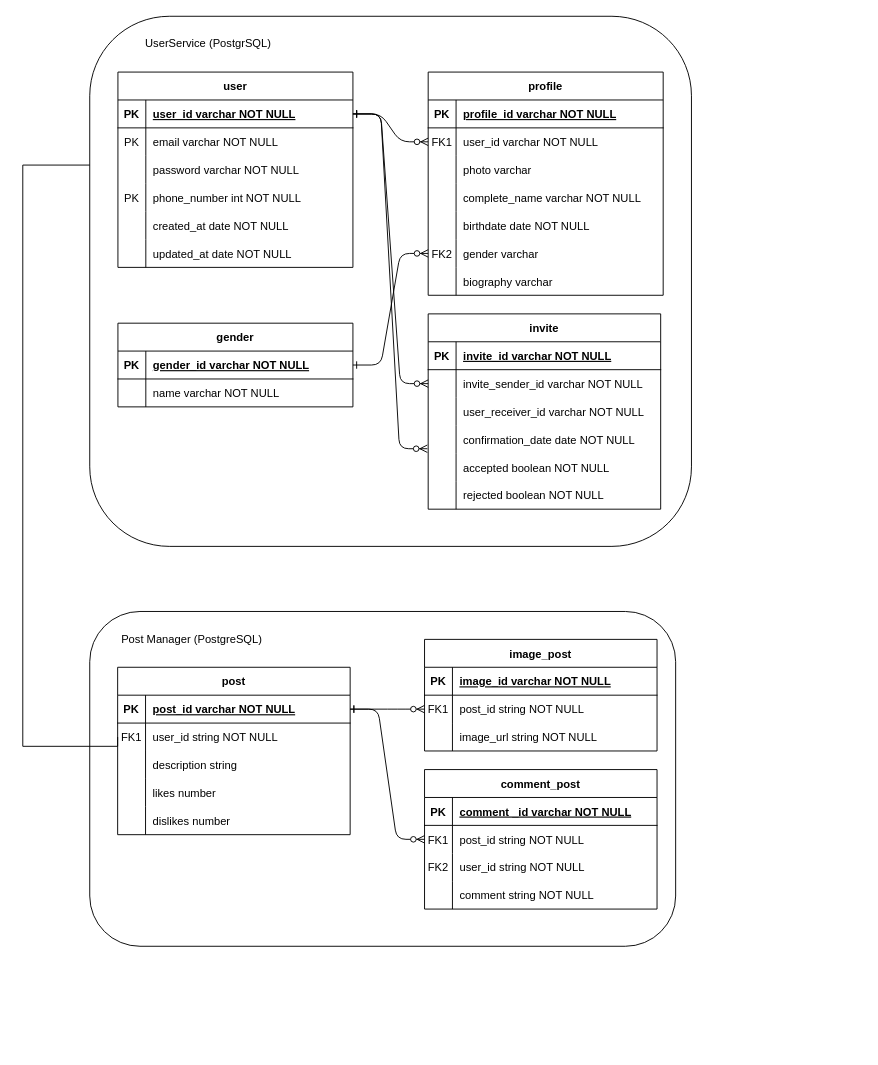
Above: database-model/databases.drawio in MuriloArelhano/my-ufms-services (draw.io), before the change. Source tidied: cells renumbered, new cells numbered last; positions are measured from the earlier drawing's top-left corner, leaving out a move shared by most shapes. Both pictures are drawn from the tidied source at 93%, with x=0, y=0 at pixel (22, 16).
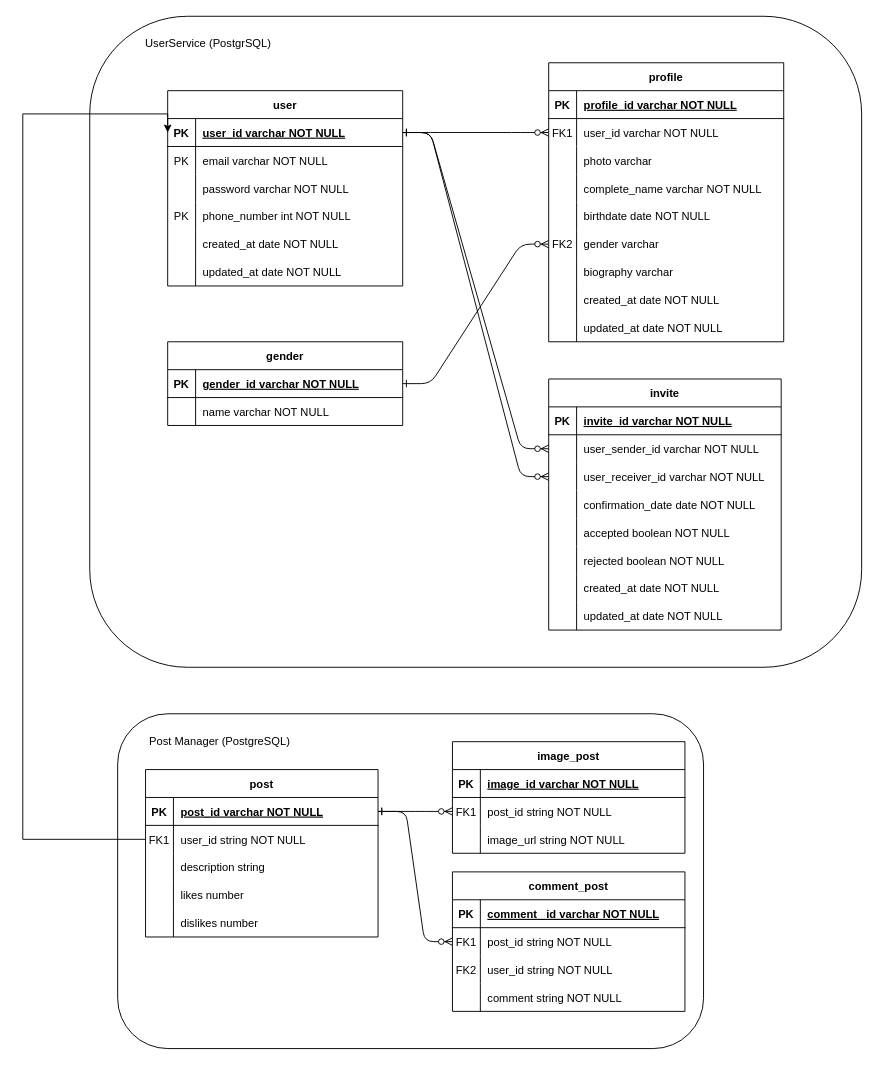
Above is the later version.

Unchanged cells that the change refers to:
```xml
<mxCell id="8" style="shape=partialRectangle;fillColor=none;points=[[0,0.5],[1,0.5]];portConstraint=eastwest;top=0;left=0;right=0;bottom=0;" parent="4" vertex="1">
  <mxGeometry y="60" width="250" height="30" as="geometry" />
</mxCell>
<mxCell id="72" style="shape=partialRectangle;fillColor=none;points=[[0,0.5],[1,0.5]];portConstraint=eastwest;top=0;left=0;right=0;bottom=1;" parent="71" vertex="1">
  <mxGeometry y="30" width="252.7" height="30" as="geometry" />
</mxCell>
<mxCell id="104" style="shape=partialRectangle;fillColor=none;points=[[0,0.5],[1,0.5]];portConstraint=eastwest;top=0;left=0;right=0;bottom=0;" parent="100" vertex="1">
  <mxGeometry y="60" width="250" height="30" as="geometry" />
</mxCell>
<mxCell id="107" style="shape=partialRectangle;fillColor=none;points=[[0,0.5],[1,0.5]];portConstraint=eastwest;top=0;left=0;right=0;bottom=0;" parent="100" vertex="1">
  <mxGeometry y="90" width="250" height="30" as="geometry" />
</mxCell>
```

What changed in the source:
```diff
@@
     <mxCell id="2" style="group;" parent="1" vertex="1">
-      <mxGeometry x="72" y="640" width="630" height="360" as="geometry" />
+      <mxGeometry x="102" y="750" width="630" height="360" as="geometry" />
     </mxCell>
@@
-    <mxCell id="46" style="edgeStyle=orthogonalEdgeStyle;rounded=0;jettySize=auto;html=1;exitX=0;exitY=0.5;exitDx=0;exitDy=0;entryX=0;entryY=0.5;entryDx=0;entryDy=0;" parent="1" edge="1" source="8" target="72">
-      <mxGeometry relative="1" as="geometry">
-        <Array as="points">
-          <mxPoint y="785" />
-          <mxPoint y="160" />
-          <mxPoint x="105" y="160" />
-        </Array>
-      </mxGeometry>
-    </mxCell>
     <mxCell id="47" style="group;" parent="1" vertex="1">
-      <mxGeometry x="72" width="647" height="570" as="geometry" />
+      <mxGeometry x="72" width="830" height="700" as="geometry" />
     </mxCell>
     <mxCell id="48" style="rounded=1;whiteSpace=wrap;html=1;" parent="47" vertex="1">
-      <mxGeometry width="647" height="570" as="geometry" />
+      <mxGeometry width="830" height="700" as="geometry" />
     </mxCell>
     <mxCell id="49" value="profile" style="shape=table;startSize=30;childLayout=tableLayout;rowLines=0;fontStyle=1;align=center;" parent="47" vertex="1">
-      <mxGeometry x="363.9" y="60" width="252.7" height="240" as="geometry" />
+      <mxGeometry x="493.5" y="50" width="252.7" height="300" as="geometry" />
     </mxCell>
@@
+    <mxCell id="121" style="shape=partialRectangle;fillColor=none;top=0;left=0;right=0;bottom=0;" parent="49" vertex="1">
+      <mxGeometry y="240" width="252.7" height="30" as="geometry" />
+    </mxCell>
+    <mxCell id="122" style="shape=partialRectangle;overflow=hidden;fillColor=none;top=0;left=0;bottom=0;right=0;" parent="121" vertex="1">
+      <mxGeometry width="30" height="30" as="geometry" />
+    </mxCell>
+    <mxCell id="123" value="created_at date NOT NULL" style="shape=partialRectangle;overflow=hidden;fillColor=none;top=0;left=0;bottom=0;right=0;align=left;spacingLeft=6;" parent="121" vertex="1">
+      <mxGeometry x="30" width="222.7" height="30" as="geometry" />
+    </mxCell>
+    <mxCell id="124" style="shape=partialRectangle;fillColor=none;top=0;left=0;right=0;bottom=0;" parent="49" vertex="1">
+      <mxGeometry y="270" width="252.7" height="30" as="geometry" />
+    </mxCell>
+    <mxCell id="125" style="shape=partialRectangle;overflow=hidden;fillColor=none;top=0;left=0;bottom=0;right=0;" parent="124" vertex="1">
+      <mxGeometry width="30" height="30" as="geometry" />
+    </mxCell>
+    <mxCell id="126" value="updated_at date NOT NULL" style="shape=partialRectangle;overflow=hidden;fillColor=none;top=0;left=0;bottom=0;right=0;align=left;spacingLeft=6;" parent="124" vertex="1">
+      <mxGeometry x="30" width="222.7" height="30" as="geometry" />
+    </mxCell>
     <mxCell id="71" value="user" style="shape=table;startSize=30;childLayout=tableLayout;rowLines=0;fontStyle=1;align=center;" parent="47" vertex="1">
-      <mxGeometry x="30.3" y="60" width="252.7" height="210" as="geometry" />
+      <mxGeometry x="83.8" y="80" width="252.7" height="210" as="geometry" />
     </mxCell>
@@
     <mxCell id="92" value="gender" style="shape=table;startSize=30;childLayout=tableLayout;rowLines=0;fontStyle=1;align=center;" parent="47" vertex="1">
-      <mxGeometry x="30.3" y="330" width="252.7" height="90" as="geometry" />
+      <mxGeometry x="83.8" y="350" width="252.7" height="90" as="geometry" />
     </mxCell>
@@
     <mxCell id="100" value="invite" style="shape=table;startSize=30;childLayout=tableLayout;rowLines=0;fontStyle=1;align=center;" parent="47" vertex="1">
-      <mxGeometry x="363.9" y="320" width="250" height="210" as="geometry" />
+      <mxGeometry x="493.5" y="390" width="250" height="270" as="geometry" />
     </mxCell>
@@
-    <mxCell id="106" value="invite_sender_id varchar NOT NULL" style="shape=partialRectangle;overflow=hidden;fillColor=none;top=0;left=0;bottom=0;right=0;align=left;spacingLeft=6;" parent="104" vertex="1">
+    <mxCell id="106" value="user_sender_id varchar NOT NULL" style="shape=partialRectangle;overflow=hidden;fillColor=none;top=0;left=0;bottom=0;right=0;align=left;spacingLeft=6;" parent="104" vertex="1">
       <mxGeometry x="30" width="220" height="30" as="geometry" />
     </mxCell>
@@
+    <mxCell id="127" style="shape=partialRectangle;fillColor=none;top=0;left=0;right=0;bottom=0;" parent="100" vertex="1">
+      <mxGeometry y="210" width="250" height="30" as="geometry" />
+    </mxCell>
+    <mxCell id="128" style="shape=partialRectangle;overflow=hidden;fillColor=none;top=0;left=0;bottom=0;right=0;" parent="127" vertex="1">
+      <mxGeometry width="30" height="30" as="geometry" />
+    </mxCell>
+    <mxCell id="129" value="created_at date NOT NULL" style="shape=partialRectangle;overflow=hidden;fillColor=none;top=0;left=0;bottom=0;right=0;align=left;spacingLeft=6;" parent="127" vertex="1">
+      <mxGeometry x="30" width="220" height="30" as="geometry" />
+    </mxCell>
+    <mxCell id="130" style="shape=partialRectangle;fillColor=none;top=0;left=0;right=0;bottom=0;" parent="100" vertex="1">
+      <mxGeometry y="240" width="250" height="30" as="geometry" />
+    </mxCell>
+    <mxCell id="131" style="shape=partialRectangle;overflow=hidden;fillColor=none;top=0;left=0;bottom=0;right=0;" parent="130" vertex="1">
+      <mxGeometry width="30" height="30" as="geometry" />
+    </mxCell>
+    <mxCell id="132" value="updated_at date NOT NULL" style="shape=partialRectangle;overflow=hidden;fillColor=none;top=0;left=0;bottom=0;right=0;align=left;spacingLeft=6;" parent="130" vertex="1">
+      <mxGeometry x="30" width="220" height="30" as="geometry" />
+    </mxCell>
@@
-    <mxCell id="120" style="edgeStyle=entityRelationEdgeStyle;endArrow=ERzeroToMany;startArrow=ERone;endFill=1;startFill=0;exitX=1;exitY=0.5;exitDx=0;exitDy=0;" parent="1" edge="1" source="72">
-      <mxGeometry x="163" y="115" as="geometry">
-        <mxPoint x="435" y="465" as="targetPoint" />
-      </mxGeometry>
+    <mxCell id="120" style="edgeStyle=entityRelationEdgeStyle;endArrow=ERzeroToMany;startArrow=ERone;endFill=1;startFill=0;exitX=1;exitY=0.5;exitDx=0;exitDy=0;entryX=0;entryY=0.5;entryDx=0;entryDy=0;" parent="47" edge="1" source="72" target="107">
+      <mxGeometry x="23" y="65" as="geometry" />
     </mxCell>
+    <mxCell id="46" style="edgeStyle=orthogonalEdgeStyle;rounded=0;jettySize=auto;html=1;exitX=0;exitY=0.5;exitDx=0;exitDy=0;entryX=0;entryY=0.5;entryDx=0;entryDy=0;" parent="1" edge="1" source="8" target="72">
+      <mxGeometry relative="1" as="geometry">
+        <Array as="points">
+          <mxPoint y="885" />
+          <mxPoint y="105" />
+        </Array>
+      </mxGeometry>
+    </mxCell>
```
